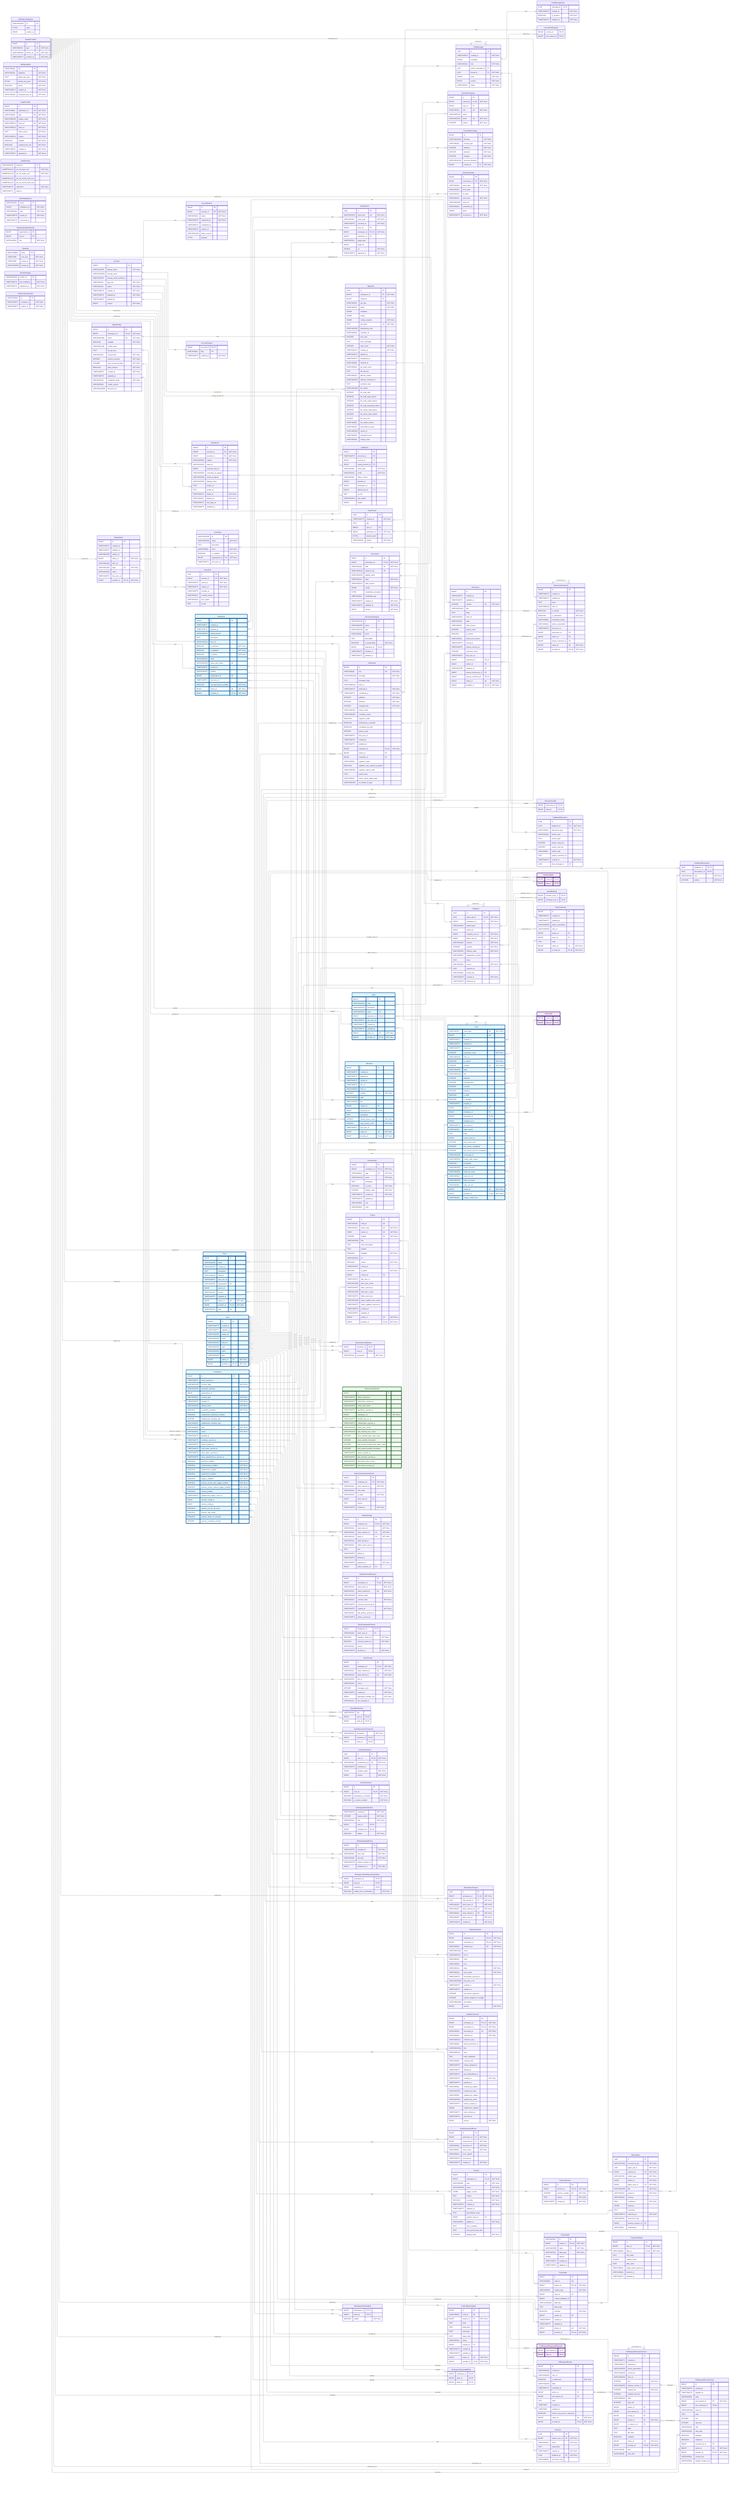
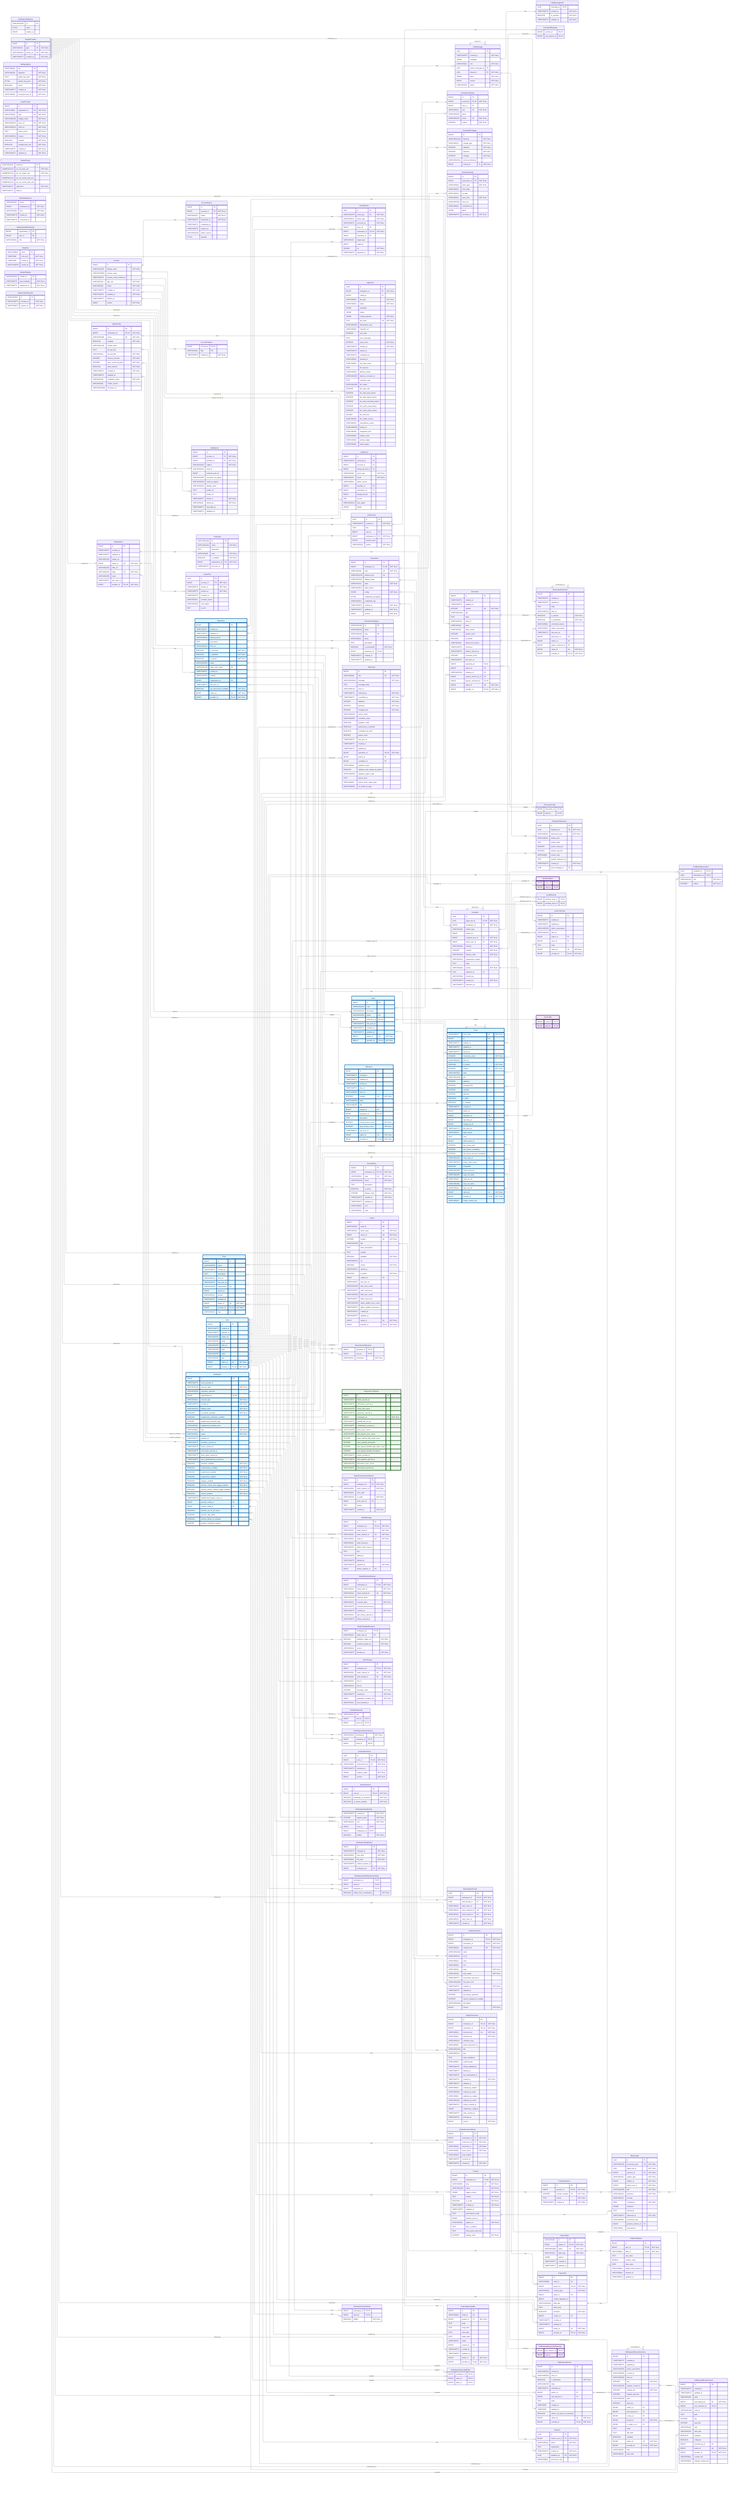
---
config:
    layout: elk
---
erDiagram
    %% Generated automatically from PostgreSQL database schema
    %% using scripts/generate-mermaid-erd.ts
    %% To regenerate: pnpm run db:generate-erd-docs

    direction LR

    Account {
        BIGINT id PK
        VARCHAR(255) display_name "NOT NULL"
        USER-DEFINED primary_email
        TIMESTAMPTZ primary_email_verified_at
        VARCHAR(16) app_role "NOT NULL"
        VARCHAR(16) status "NOT NULL"
        TIMESTAMPTZ created_at "NOT NULL"
        TIMESTAMPTZ updated_at "NOT NULL"
        TIMESTAMPTZ deleted_at
        BIGINT version "NOT NULL"
    }

    AccountExport {
        BIGINT id PK
        BIGINT account_id FK "NOT NULL"
        VARCHAR(16) status "NOT NULL"
        TIMESTAMPTZ requested_at "NOT NULL"
        TIMESTAMPTZ completed_at
        TIMESTAMPTZ expires_at
        VARCHAR(128) failure_reason
        BYTEA payload
    }

    AccountFeature {
        BIGINT account_id PK,FK
        VARCHAR(64) flag PK
        TIMESTAMPTZ enabled_at "NOT NULL"
    }

    ActivityEvent {
        UUID id PK
        VARCHAR(255) event_key UK "NOT NULL"
        VARCHAR(64) event_type "NOT NULL"
        TIMESTAMPTZ occurred_at "NOT NULL"
        BIGINT actor_id FK
        BIGINT workspace_id FK,UK "NOT NULL"
        BIGINT repository_id FK
        VARCHAR(32) target_type
        BIGINT target_id
        DOUBLE xp "NOT NULL"
        TIMESTAMPTZ ingested_at "NOT NULL"
    }

    AgentConfig {
        BIGINT id PK
        BIGINT workspace_id FK,UK "NOT NULL"
        VARCHAR(100) name UK "NOT NULL"
        BOOLEAN enabled "NOT NULL"
        VARCHAR(128) model_name
        TEXT llm_api_key
        VARCHAR(32) llm_provider "NOT NULL"
        INTEGER timeout_seconds "NOT NULL"
        INTEGER max_concurrent_jobs "NOT NULL"
        BOOLEAN allow_internet "NOT NULL"
        TIMESTAMPTZ created_at "NOT NULL"
        TIMESTAMPTZ updated_at
        VARCHAR(16) credential_mode "NOT NULL"
        VARCHAR(50) model_version
        VARCHAR(2048) llm_base_url
    }

    AgentJob {
        UUID id PK
        BIGINT workspace_id FK "NOT NULL"
        BIGINT config_id FK
        VARCHAR(50) job_type "NOT NULL"
        VARCHAR(20) status "NOT NULL"
        JSONB metadata
        JSONB output
        JSONB config_snapshot "NOT NULL"
        TEXT job_token UK "NOT NULL"
        VARCHAR(255) idempotency_key
        VARCHAR(64) container_id
        INTEGER exit_code
        TEXT error_message
        INTEGER retry_count "NOT NULL"
        TIMESTAMPTZ created_at "NOT NULL"
        TIMESTAMPTZ started_at
        TIMESTAMPTZ completed_at
        VARCHAR(64) network_id
        VARCHAR(64) job_token_hash
        TEXT llm_api_key
        VARCHAR(20) delivery_status
        VARCHAR(255) delivery_comment_id
        TEXT container_logs
        VARCHAR(100) llm_model
        INTEGER llm_total_calls
        INTEGER llm_total_input_tokens
        INTEGER llm_total_output_tokens
        INTEGER llm_total_reasoning_tokens
        INTEGER llm_cache_read_tokens
        INTEGER llm_cache_write_tokens
        DOUBLE llm_cost_usd
        VARCHAR(50) llm_model_version
        VARCHAR(32) cancellation_reason
        VARCHAR(255) worker_id
        VARCHAR(48) integration_kind
        VARCHAR(48) subject_class
+         VARCHAR(64) prompt_digest
+         VARCHAR(64) inputs_digest
    }

    AuthEvent {
        BIGINT id PK
        TIMESTAMPTZ occurred_at PK
        BIGINT account_id FK
        BIGINT acting_account_id FK
        VARCHAR(48) event_type "NOT NULL"
        VARCHAR(16) result "NOT NULL"
        VARCHAR(64) failure_reason
        BIGINT provider_id FK
        BIGINT workspace_id FK
        BIGINT identity_link_id FK
        INET ip_inet
        VARCHAR(512) user_agent
        JSONB details
    }

    AuthRateLimitBucket {
        VARCHAR(255) id PK
        BYTEA state
        BIGINT expires_at
    }

    ChatMessage {
        UUID id PK
        TIMESTAMPTZ created_at "NOT NULL"
        JSONB metadata
        VARCHAR(16) role "NOT NULL"
        UUID parent_message_id FK
        UUID thread_id FK "NOT NULL"
        JSONB parts "NOT NULL"
        BIGINT version "NOT NULL"
        VARCHAR(16) status "NOT NULL"
    }

    ChatMessageVote {
        UUID message_id PK,FK
        TIMESTAMPTZ created_at "NOT NULL"
        BOOLEAN is_upvoted "NOT NULL"
        TIMESTAMPTZ updated_at "NOT NULL"
    }

    ChatThread {
        UUID id PK
        TIMESTAMPTZ created_at "NOT NULL"
        TEXT title
        BIGINT user_id FK
        BIGINT workspace_id FK "NOT NULL"
        BYTEA session_jsonl
        VARCHAR(16) surface "NOT NULL"
    }

    CommitContributor {
        BIGINT id PK
        BIGINT commit_id FK,UK "NOT NULL"
        BIGINT user_id FK
        VARCHAR(32) role UK "NOT NULL"
        VARCHAR(255) name
        VARCHAR(255) email UK "NOT NULL"
        INTEGER ordinal "NOT NULL"
    }

    CommitFileChange {
        BIGINT id PK
        VARCHAR(1024) filename "NOT NULL"
        VARCHAR(32) change_type "NOT NULL"
        INTEGER additions "NOT NULL"
        INTEGER deletions "NOT NULL"
        INTEGER changes "NOT NULL"
        VARCHAR(1024) previous_filename
        BIGINT commit_id FK "NOT NULL"
    }

    CommitPullRequest {
        BIGINT commit_id PK,FK
        BIGINT pull_request_id PK,FK
    }

    Connection {
        BIGINT id PK
        BIGINT workspace_id FK,UK "NOT NULL"
        VARCHAR(48) kind UK "NOT NULL"
        VARCHAR(128) instance_key UK
        VARCHAR(256) display_name
        VARCHAR(32) state "NOT NULL"
        VARCHAR(512) state_reason
        JSONB config "NOT NULL"
        BYTEA credentials_encrypted
        VARCHAR(64) credentials_alg
        TIMESTAMPTZ created_at "NOT NULL"
        TIMESTAMPTZ updated_at "NOT NULL"
        BIGINT version "NOT NULL"
    }

    ConnectionAudit {
        BIGINT id PK
        BIGINT connection_id FK "NOT NULL"
        VARCHAR(48) event_type "NOT NULL"
        VARCHAR(32) from_state
        VARCHAR(32) to_state
        VARCHAR(32) actor_kind "NOT NULL"
        VARCHAR(256) actor_ref
        VARCHAR(64) correlation_id
        JSONB detail
        TIMESTAMPTZ occurred_at "NOT NULL"
    }

    Discussion {
        BIGINT id PK
        TIMESTAMPTZ created_at
        TIMESTAMPTZ updated_at
        INTEGER number UK "NOT NULL"
        VARCHAR(1024) title
        TEXT body
        VARCHAR(512) html_url
        VARCHAR(16) state
        VARCHAR(32) state_reason
        INTEGER upvote_count
        BOOLEAN is_locked
        VARCHAR(32) active_lock_reason
        TIMESTAMPTZ closed_at
        TIMESTAMPTZ answer_chosen_at
        INTEGER comment_count
        TIMESTAMPTZ last_sync_at
        BIGINT repository_id FK,UK
        BIGINT author_id FK
        VARCHAR(128) category_id FK
        BIGINT answer_chosen_by_id FK
        BIGINT answer_comment_id FK,UK
        BIGINT native_id UK "NOT NULL"
        BIGINT provider_id FK,UK "NOT NULL"
    }

    DiscussionCategory {
        VARCHAR(128) id PK
        VARCHAR(255) name
        VARCHAR(128) slug UK
        VARCHAR(32) emoji
        TEXT description
        BOOLEAN is_answerable "NOT NULL"
        BIGINT repository_id FK,UK
        TIMESTAMPTZ created_at
        TIMESTAMPTZ updated_at
    }

    DiscussionComment {
        BIGINT id PK
        TIMESTAMPTZ created_at
        TIMESTAMPTZ updated_at
        TEXT body
        VARCHAR(512) html_url
        BOOLEAN is_answer "NOT NULL"
        BOOLEAN is_minimized "NOT NULL"
        VARCHAR(64) minimized_reason
        VARCHAR(32) author_association
        TIMESTAMPTZ last_sync_at
        BIGINT discussion_id FK
        BIGINT author_id FK
        BIGINT parent_comment_id FK
        BIGINT native_id UK "NOT NULL"
        BIGINT provider_id FK,UK "NOT NULL"
    }

    DiscussionLabel {
        BIGINT discussion_id PK,FK
        BIGINT label_id PK,FK
    }

    Feedback {
        UUID id PK
        UUID agent_job_id FK,UK "NOT NULL"
        BIGINT workspace_id FK "NOT NULL"
        VARCHAR(32) artifact_type
        BIGINT artifact_id
        BIGINT recipient_user_id FK "NOT NULL"
        BIGINT about_user_id FK "NOT NULL"
        VARCHAR(32) channel "NOT NULL"
        INTEGER position UK "NOT NULL"
        VARCHAR(16) delivery_state "NOT NULL"
        VARCHAR(32) suppression_reason
        TEXT body
        VARCHAR(16) source "NOT NULL"
        UUID replaces_id FK
        VARCHAR(64) thread_key
        TIMESTAMPTZ created_at "NOT NULL"
        TIMESTAMPTZ delivered_at
    }

    FeedbackObservation {
        UUID feedback_id PK,FK
        UUID observation_id PK,FK
        VARCHAR(16) role "NOT NULL"
        INTEGER ordinal "NOT NULL"
    }

    FeedbackPlacement {
        UUID id PK
        UUID feedback_id FK "NOT NULL"
        VARCHAR(32) placement_type "NOT NULL"
        VARCHAR(16) anchor_kind
        TEXT anchor_path
        INTEGER anchor_start_line
        INTEGER anchor_end_line
        VARCHAR(8) anchor_side
        TEXT posted_comment_ref
        TIMESTAMPTZ created_at "NOT NULL"
        UUID chat_message_id FK
    }

    GitCommit {
        BIGINT id PK
        VARCHAR(40) sha UK "NOT NULL"
        VARCHAR(1024) message "NOT NULL"
        TEXT message_body
        VARCHAR(512) html_url
        TIMESTAMPTZ authored_at "NOT NULL"
        TIMESTAMPTZ committed_at "NOT NULL"
        INTEGER additions "NOT NULL"
        INTEGER deletions "NOT NULL"
        INTEGER changed_files "NOT NULL"
        VARCHAR(255) author_email
        VARCHAR(255) committer_email
        BOOLEAN signature_valid
        BOOLEAN authored_by_committer
        BOOLEAN committed_via_web
        INTEGER parent_count
        TIMESTAMPTZ last_sync_at
        TIMESTAMPTZ created_at
        TIMESTAMPTZ updated_at
        BIGINT repository_id FK,UK "NOT NULL"
        BIGINT author_id FK
        BIGINT committer_id FK
        VARCHAR(32) signature_state
        BOOLEAN signature_was_signed_by_github
        VARCHAR(255) signature_signer_login
        TEXT parent_shas
        VARCHAR(32) status_check_rollup_state
        VARCHAR(255) on_behalf_of_login
    }

    IdentityLink {
        BIGINT id PK
        BIGINT account_id FK "NOT NULL"
        BIGINT provider_id FK "NOT NULL"
        VARCHAR(255) subject "NOT NULL"
        VARCHAR(255) team_id
        BIGINT external_actor_id
        VARCHAR(255) username_at_signup
        VARCHAR(320) email_at_signup
        VARCHAR(255) display_name
        TEXT avatar_url
        TEXT profile_url
        TIMESTAMPTZ linked_at "NOT NULL"
        VARCHAR(16) linked_via "NOT NULL"
        TIMESTAMPTZ last_login_at
        TIMESTAMPTZ disabled_at
    }

    IdentityProvider {
        BIGINT id PK
        VARCHAR(10) type UK "NOT NULL"
        VARCHAR(512) server_url UK "NOT NULL"
        TIMESTAMPTZ created_at "NOT NULL"
    }

    Issue {
        VARCHAR(31) issue_type UK "NOT NULL"
        BIGINT id PK
        TIMESTAMPTZ created_at
        TIMESTAMPTZ updated_at
        TIMESTAMPTZ closed_at
        INTEGER comments_count "NOT NULL"
        VARCHAR(255) html_url
        BOOLEAN is_locked "NOT NULL"
        INTEGER number UK "NOT NULL"
        VARCHAR(255) state
        VARCHAR(1024) title
        INTEGER additions
        INTEGER changed_files
        INTEGER commits
        INTEGER deletions
        BOOLEAN is_draft
        BOOLEAN is_merged
        TIMESTAMPTZ merged_at
        BIGINT author_id FK
        BIGINT milestone_id FK
        BIGINT repository_id FK,UK
        BIGINT merged_by_id FK
        TIMESTAMPTZ last_sync_at
        VARCHAR(32) state_reason
        TEXT body
        BIGINT parent_issue_id FK
        INTEGER sub_issues_total
        INTEGER sub_issues_completed
        INTEGER sub_issues_percent_completed
        VARCHAR(128) issue_type_id FK
        VARCHAR(255) merge_state_status
        BOOLEAN mergeable
        VARCHAR(255) review_decision
        VARCHAR(255) head_ref_name
        VARCHAR(40) head_ref_oid
        VARCHAR(255) base_ref_name
        VARCHAR(40) base_ref_oid
        BIGINT native_id UK "NOT NULL"
        BIGINT provider_id FK,UK "NOT NULL"
        VARCHAR(40) merge_commit_sha
    }

    IssueAssignee {
        BIGINT issue_id PK,FK
        BIGINT user_id PK,FK
    }

    IssueBlocking {
        BIGINT blocked_issue_id PK,FK
        BIGINT blocking_issue_id PK,FK
    }

    IssueComment {
        BIGINT id PK
        TIMESTAMPTZ created_at
        TIMESTAMPTZ updated_at
        VARCHAR(255) author_association
        VARCHAR(255) html_url
        BIGINT author_id FK
        BIGINT issue_id FK
        TEXT body
        BIGINT native_id UK "NOT NULL"
        BIGINT provider_id FK,UK "NOT NULL"
    }

    IssueLabel {
        BIGINT issue_id PK,FK
        BIGINT label_id PK,FK
    }

    IssueType {
        VARCHAR(128) id PK
        VARCHAR(128) name "NOT NULL"
        TEXT description
        VARCHAR(20) color "NOT NULL"
        BOOLEAN is_enabled "NOT NULL"
        BIGINT organization_id FK "NOT NULL"
        TIMESTAMPTZ last_sync_at
    }

    IssuedJwt {
        UUID jti PK
        BIGINT account_id FK "NOT NULL"
        TIMESTAMPTZ issued_at "NOT NULL"
        TIMESTAMPTZ expires_at "NOT NULL"
        TIMESTAMPTZ revoked_at
        VARCHAR(32) revoked_reason
        VARCHAR(512) user_agent
        INET ip_inet
    }

    JwtSigningKey {
        VARCHAR(64) kid PK
        VARCHAR(16) algorithm "NOT NULL"
        TEXT public_key_pem "NOT NULL"
        BYTEA private_key_pem "NOT NULL"
        BOOLEAN active "NOT NULL"
        TIMESTAMPTZ created_at "NOT NULL"
        VARCHAR(64) encryption_key_id "NOT NULL"
    }

    Label {
        BIGINT id PK
        VARCHAR(255) color
        VARCHAR(255) description
        VARCHAR(255) name UK
        BIGINT repository_id FK,UK
        TIMESTAMPTZ last_sync_at
        TIMESTAMPTZ created_at
        TIMESTAMPTZ updated_at
        BIGINT native_id UK "NOT NULL"
        BIGINT provider_id FK,UK "NOT NULL"
    }

    LoginProvider {
        BIGINT id PK
        VARCHAR(64) registration_id UK "NOT NULL"
        VARCHAR(10) type UK "NOT NULL"
        VARCHAR(255) display_name "NOT NULL"
        VARCHAR(512) base_url UK "NOT NULL"
        VARCHAR(512) client_id "NOT NULL"
        TEXT client_secret "NOT NULL"
        VARCHAR(512) scopes "NOT NULL"
        BOOLEAN enabled "NOT NULL"
        BOOLEAN seeded_from_env "NOT NULL"
        TIMESTAMPTZ created_at "NOT NULL"
        TIMESTAMPTZ updated_at "NOT NULL"
    }

    MentorSlackThread {
        UUID id PK
        BIGINT workspace_id FK,UK "NOT NULL"
        UUID chat_thread_id FK "NOT NULL"
        VARCHAR(32) slack_team_id "NOT NULL"
        VARCHAR(32) slack_channel_id UK "NOT NULL"
        VARCHAR(32) slack_thread_ts UK "NOT NULL"
        VARCHAR(32) slack_user_id "NOT NULL"
        TIMESTAMPTZ created_at "NOT NULL"
    }

    Milestone {
        BIGINT id PK
        TIMESTAMPTZ created_at
        TIMESTAMPTZ updated_at
        TIMESTAMPTZ closed_at
        TIMESTAMPTZ due_on
        VARCHAR(255) html_url
        INTEGER number UK "NOT NULL"
        VARCHAR(255) state
        VARCHAR(255) title
        BIGINT creator_id FK
        BIGINT repository_id FK,UK
        TEXT description
        INTEGER closed_issues_count "NOT NULL"
        INTEGER open_issues_count "NOT NULL"
        TIMESTAMPTZ last_sync_at
        BIGINT native_id UK "NOT NULL"
        BIGINT provider_id FK,UK "NOT NULL"
    }

    ModelPricing {
        VARCHAR(128) model_id PK
        NUMERIC(12,6) per_1k_input_usd "NOT NULL"
        NUMERIC(12,6) per_1k_output_usd "NOT NULL"
        NUMERIC(12,6) per_1k_cache_read_usd
        NUMERIC(12,6) per_1k_cache_write_usd
        TIMESTAMPTZ valid_from "NOT NULL"
        TIMESTAMPTZ valid_to
    }

    OauthStateNonce {
        VARCHAR(32) nonce PK
        BIGINT workspace_id "NOT NULL"
        VARCHAR(48) kind "NOT NULL"
        TIMESTAMPTZ issued_at "NOT NULL"
        TIMESTAMPTZ consumed_at
    }

    Observation {
        UUID id PK
        VARCHAR(255) occurrence_key UK "NOT NULL"
        UUID agent_job_id "NOT NULL"
        BIGINT practice_id FK "NOT NULL"
        VARCHAR(32) artifact_type "NOT NULL"
        BIGINT artifact_id "NOT NULL"
        BIGINT about_user_id FK "NOT NULL"
        VARCHAR(255) title "NOT NULL"
        VARCHAR(16) presence "NOT NULL"
        VARCHAR(16) severity
        REAL confidence "NOT NULL"
        JSONB evidence
        TEXT reasoning
        TIMESTAMPTZ observed_at "NOT NULL"
        VARCHAR(64) recurrence_key
        BIGINT practice_revision_id FK
        VARCHAR(8) assessment
    }

    Organization {
        BIGINT id PK
        TIMESTAMPTZ created_at
        TIMESTAMPTZ updated_at
        VARCHAR(255) avatar_url
        BIGINT native_id UK "NOT NULL"
        VARCHAR(255) html_url
        VARCHAR(255) login UK "NOT NULL"
        VARCHAR(255) name
        TIMESTAMPTZ last_sync_at
        BIGINT provider_id FK,UK "NOT NULL"
    }

    OrganizationMembership {
        BIGINT organization_id PK
        BIGINT user_id PK
        VARCHAR(32) role "NOT NULL"
    }

    OutlineCollection {
        BIGINT id PK
        BIGINT workspace_id FK,UK "NOT NULL"
        BIGINT connection_id FK,UK "NOT NULL"
        VARCHAR(64) collection_id UK "NOT NULL"
        VARCHAR(1024) name
        VARCHAR(512) url_id
        VARCHAR(32) color
        VARCHAR(64) icon
        VARCHAR(16) state "NOT NULL"
        VARCHAR(16) sync_status "NOT NULL"
        TIMESTAMPTZ documents_synced_at
        VARCHAR(2048) last_sync_error
        TIMESTAMPTZ created_at "NOT NULL"
        TIMESTAMPTZ updated_at
        INTEGER documents_upstream
        INTEGER exports_skipped_for_budget
        VARCHAR(2048) description
        BIGINT version "NOT NULL"
    }

    OutlineDocument {
        BIGINT id PK
        BIGINT workspace_id FK,UK "NOT NULL"
        BIGINT connection_id FK,UK "NOT NULL"
        VARCHAR(64) document_id UK "NOT NULL"
        VARCHAR(64) collection_id "NOT NULL"
        VARCHAR(512) collection_slug
        VARCHAR(64) parent_document_id
        VARCHAR(1024) title
        VARCHAR(512) slug
        TEXT body_markdown
        VARCHAR(64) content_hash
        TIMESTAMPTZ outline_updated_at
        TIMESTAMPTZ deleted_at
        TIMESTAMPTZ last_materialized_at
        TIMESTAMPTZ created_at "NOT NULL"
        TIMESTAMPTZ updated_at
        VARCHAR(64) created_by_subject
        VARCHAR(255) created_by_name
        VARCHAR(64) updated_by_subject
        VARCHAR(255) updated_by_name
        TIMESTAMPTZ outline_created_at
        JSONB collaborator_subjects
        TIMESTAMPTZ body_evicted_at
        TIMESTAMPTZ archived_at
        BIGINT version "NOT NULL"
    }

    OutlineDocumentEvent {
        BIGINT id PK
        BIGINT workspace_id FK "NOT NULL"
        BIGINT connection_id FK "NOT NULL"
        VARCHAR(64) document_id "NOT NULL"
        VARCHAR(64) event_name "NOT NULL"
        VARCHAR(64) actor_subject
        TIMESTAMPTZ occurred_at
        TIMESTAMPTZ created_at "NOT NULL"
    }

    Practice {
        BIGINT id PK
        BIGINT workspace_id FK,UK "NOT NULL"
        VARCHAR(64) slug UK "NOT NULL"
        VARCHAR(128) name "NOT NULL"
        JSONB trigger_events "NOT NULL"
        TEXT criteria "NOT NULL"
        BOOLEAN is_active "NOT NULL"
        TIMESTAMPTZ created_at "NOT NULL"
        TIMESTAMPTZ updated_at
        TEXT precompute_script
        BIGINT practice_area_id FK
        VARCHAR(32) applies_to "NOT NULL"
        TEXT why_it_matters
        TEXT what_good_looks_like
        INTEGER display_order "NOT NULL"
    }

    PracticeArea {
        BIGINT id PK
        BIGINT workspace_id FK,UK "NOT NULL"
        VARCHAR(64) slug UK "NOT NULL"
        VARCHAR(128) name "NOT NULL"
        TEXT description
        BOOLEAN is_active "NOT NULL"
        INTEGER display_order "NOT NULL"
        TIMESTAMPTZ created_at "NOT NULL"
        TIMESTAMPTZ updated_at
        VARCHAR(64) icon
        VARCHAR(32) color
    }

    PracticeRevision {
        BIGINT id PK
        BIGINT practice_id FK,UK "NOT NULL"
        INTEGER revision_number UK "NOT NULL"
        TEXT criteria "NOT NULL"
        TIMESTAMPTZ created_at "NOT NULL"
    }

    Project {
        BIGINT id PK
        VARCHAR(64) node_id UK
        VARCHAR(32) owner_type UK "NOT NULL"
        BIGINT owner_id UK "NOT NULL"
        INTEGER number UK "NOT NULL"
        VARCHAR(256) title
        TEXT short_description
        TEXT readme
        BOOLEAN template "NOT NULL"
        VARCHAR(512) url
        BOOLEAN closed "NOT NULL"
        TIMESTAMPTZ closed_at
        BOOLEAN is_public "NOT NULL"
        BIGINT creator_id FK
        TIMESTAMPTZ last_sync_at
        VARCHAR(256) item_sync_cursor
        TIMESTAMPTZ items_synced_at
        VARCHAR(256) field_sync_cursor
        TIMESTAMPTZ fields_synced_at
        VARCHAR(256) status_update_sync_cursor
        TIMESTAMPTZ status_updates_synced_at
        TIMESTAMPTZ created_at
        TIMESTAMPTZ updated_at
        BIGINT native_id UK "NOT NULL"
        BIGINT provider_id FK,UK "NOT NULL"
    }

    ProjectField {
        VARCHAR(64) id PK
        BIGINT project_id FK,UK "NOT NULL"
        VARCHAR(256) name UK "NOT NULL"
        VARCHAR(32) data_type "NOT NULL"
        JSONB options
        TIMESTAMPTZ created_at
        TIMESTAMPTZ updated_at
    }

    ProjectFieldValue {
        BIGINT id PK
        BIGINT item_id FK,UK "NOT NULL"
        VARCHAR(64) field_id FK,UK "NOT NULL"
        TEXT text_value
        DOUBLE number_value
        DATE date_value
        VARCHAR(64) single_select_option_id
        VARCHAR(64) iteration_id
        TIMESTAMPTZ updated_at
    }

    ProjectItem {
        BIGINT id PK
        VARCHAR(64) node_id UK
        BIGINT project_id FK,UK "NOT NULL"
        VARCHAR(32) content_type "NOT NULL"
        BIGINT issue_id FK
        BIGINT content_database_id
        VARCHAR(1024) draft_title
        TEXT draft_body
        BOOLEAN archived "NOT NULL"
        BIGINT creator_id FK
        TIMESTAMPTZ created_at
        TIMESTAMPTZ updated_at
        BIGINT native_id UK "NOT NULL"
        BIGINT provider_id FK,UK "NOT NULL"
    }

    ProjectStatusUpdate {
        BIGINT id PK
        VARCHAR(64) node_id UK
        BIGINT project_id FK "NOT NULL"
        TEXT body
        TEXT body_html
        DATE start_date
        DATE target_date
        VARCHAR(32) status
        BIGINT creator_id FK
        TIMESTAMPTZ created_at
        TIMESTAMPTZ updated_at
        BIGINT native_id UK "NOT NULL"
        BIGINT provider_id FK,UK "NOT NULL"
    }

    PullRequestRequestedReviewer {
        BIGINT pull_request_id PK,FK
        BIGINT user_id PK,FK
    }

    PullRequestReview {
        BIGINT id PK
        VARCHAR(255) commit_id
        VARCHAR(255) html_url
        BOOLEAN is_dismissed "NOT NULL"
        VARCHAR(255) state
        TIMESTAMPTZ submitted_at
        BIGINT author_id FK
        BIGINT pull_request_id FK
        TEXT body
        TIMESTAMP created_at
        TIMESTAMP updated_at
        BOOLEAN author_can_push_to_repository
        BIGINT native_id UK "NOT NULL"
        BIGINT provider_id FK,UK "NOT NULL"
    }

    PullRequestReviewComment {
        BIGINT id PK
        TIMESTAMPTZ created_at
        TIMESTAMPTZ updated_at
        VARCHAR(255) author_association
        VARCHAR(255) commit_id
        VARCHAR(255) html_url
        INTEGER line "NOT NULL"
        VARCHAR(255) original_commit_id
        INTEGER original_line "NOT NULL"
        INTEGER original_start_line
        VARCHAR(255) path
        INTEGER start_line
        BIGINT author_id FK
        BIGINT pull_request_id FK
        BIGINT review_id FK
        BIGINT thread_id FK "NOT NULL"
        BIGINT in_reply_to_id FK
        TEXT body
        TEXT diff_hunk
        BOOLEAN outdated
        BIGINT native_id UK "NOT NULL"
        BIGINT provider_id FK,UK "NOT NULL"
        VARCHAR(16) side
        VARCHAR(16) start_side
    }

    PullRequestReviewThread {
        BIGINT id PK
        TIMESTAMPTZ created_at
        TIMESTAMPTZ updated_at
        VARCHAR(20) state
        BIGINT pull_request_id FK "NOT NULL"
        BIGINT root_comment_id FK,UK
        VARCHAR(128) node_id
        TEXT path
        INTEGER line
        INTEGER start_line
        VARCHAR(16) side
        VARCHAR(16) start_side
        BOOLEAN outdated
        BOOLEAN collapsed
        BIGINT resolved_by_id FK
        BIGINT native_id UK "NOT NULL"
        BIGINT provider_id FK,UK "NOT NULL"
        VARCHAR(64) commit_sha
        VARCHAR(64) original_commit_sha
    }

    Reaction {
        UUID id PK
        BIGINT reactor_user_id FK "NOT NULL"
        VARCHAR(16) action "NOT NULL"
        TEXT explanation
        TIMESTAMPTZ created_at "NOT NULL"
        UUID feedback_id FK "NOT NULL"
        VARCHAR(64) recurrence_key
    }

    Repository {
        BIGINT id PK
        TIMESTAMPTZ created_at
        TIMESTAMPTZ updated_at
        VARCHAR(255) default_branch
        TEXT description
        VARCHAR(512) html_url
        BOOLEAN is_archived "NOT NULL"
        BOOLEAN is_disabled "NOT NULL"
        BOOLEAN is_private "NOT NULL"
        VARCHAR(255) name
        VARCHAR(150) name_with_owner UK
        TIMESTAMPTZ pushed_at
        VARCHAR(255) visibility
        BIGINT organization_id FK
        TIMESTAMPTZ last_sync_at
        BOOLEAN has_discussions_enabled "NOT NULL"
        BIGINT native_id UK "NOT NULL"
        BIGINT provider_id FK,UK "NOT NULL"
    }

    RepositoryCollaborator {
        BIGINT repository_id PK,FK
        BIGINT user_id PK,FK
        VARCHAR(32) permission "NOT NULL"
    }

    RepositoryToMonitor {
        BIGINT id PK
        TIMESTAMPTZ labels_synced_at
        TIMESTAMPTZ milestones_synced_at
        VARCHAR(255) name_with_owner
        TIMESTAMPTZ repository_synced_at
        BIGINT workspace_id FK "NOT NULL"
        TIMESTAMPTZ backfill_last_run_at
        TIMESTAMPTZ collaborators_synced_at
        VARCHAR(255) issue_sync_cursor
        VARCHAR(255) pull_request_sync_cursor
        INTEGER issue_backfill_high_water_mark
        INTEGER issue_backfill_checkpoint
        INTEGER pull_request_backfill_high_water_mark
        INTEGER pull_request_backfill_checkpoint
        TIMESTAMPTZ issues_synced_at
        TIMESTAMPTZ pull_requests_synced_at
        VARCHAR(255) discussion_sync_cursor
        TIMESTAMPTZ discussions_synced_at
    }

    Shedlock {
        VARCHAR(64) name PK
        TIMESTAMP lock_until "NOT NULL"
        TIMESTAMP locked_at "NOT NULL"
        VARCHAR(255) locked_by "NOT NULL"
    }

    SlackChannelConsentEvent {
        BIGINT id PK
        BIGINT workspace_id FK "NOT NULL"
        VARCHAR(32) slack_channel_id "NOT NULL"
        VARCHAR(16) from_state
        VARCHAR(16) to_state "NOT NULL"
        BIGINT actor_user_id FK
        TEXT reason
        TIMESTAMPTZ created_at "NOT NULL"
    }

    SlackMessage {
        BIGINT id PK
        BIGINT workspace_id FK,UK "NOT NULL"
        VARCHAR(32) slack_team_id "NOT NULL"
        VARCHAR(32) slack_channel_id UK "NOT NULL"
        VARCHAR(32) slack_ts UK "NOT NULL"
        VARCHAR(32) slack_thread_ts
        VARCHAR(32) author_slack_user_id
        TEXT text
        TIMESTAMPTZ edited_at
        TIMESTAMPTZ deleted_at
        TIMESTAMPTZ ingested_at "NOT NULL"
        BIGINT author_member_id FK
    }

    SlackMonitoredChannel {
        BIGINT id PK
        BIGINT workspace_id FK,UK "NOT NULL"
        VARCHAR(32) slack_team_id "NOT NULL"
        VARCHAR(32) slack_channel_id UK "NOT NULL"
        VARCHAR(256) channel_name
        VARCHAR(16) consent_state "NOT NULL"
        TIMESTAMPTZ consent_announced_at
        TIMESTAMPTZ created_at "NOT NULL"
        VARCHAR(32) last_history_synced_ts
        TIMESTAMPTZ history_synced_at
    }

    SlackParticipantConsent {
        BIGINT workspace_id PK,FK
        VARCHAR(32) slack_user_id PK
        BOOLEAN ingestion_opted_out "NOT NULL"
        BOOLEAN research_opted_out "NOT NULL"
        VARCHAR(32) source
        TIMESTAMPTZ decided_at "NOT NULL"
    }

    SlackThread {
        BIGINT id PK
        BIGINT workspace_id FK,UK "NOT NULL"
        VARCHAR(32) slack_channel_id UK "NOT NULL"
        VARCHAR(32) slack_thread_ts UK "NOT NULL"
        VARCHAR(32) first_ts
        VARCHAR(32) last_ts
        INTEGER message_count "NOT NULL"
        TIMESTAMPTZ created_at "NOT NULL"
        ARRAY participant_member_ids "NOT NULL"
        VARCHAR(32) last_reviewed_ts
    }

    Team {
        BIGINT id PK
        VARCHAR(255) name
        TIMESTAMPTZ created_at
        TEXT description
        VARCHAR(512) html_url
        TIMESTAMPTZ last_sync_at
        VARCHAR(255) organization UK
        BIGINT parent_id
        VARCHAR(32) privacy
        TIMESTAMPTZ updated_at
        BIGINT native_id UK "NOT NULL"
        BIGINT provider_id FK,UK "NOT NULL"
        VARCHAR(512) slug UK
    }

    TeamMembership {
        VARCHAR(32) role
        BIGINT user_id PK,FK
        BIGINT team_id PK,FK
    }

    TeamRepositoryPermission {
        VARCHAR(32) permission "NOT NULL"
        BIGINT repository_id PK,FK
        BIGINT team_id PK,FK
    }

    User {
        BIGINT id PK
        TIMESTAMPTZ created_at
        TIMESTAMPTZ updated_at
        VARCHAR(255) avatar_url
        VARCHAR(255) email
        VARCHAR(255) html_url
        VARCHAR(255) login
        VARCHAR(255) name
        VARCHAR(255) type
        BIGINT native_id UK "NOT NULL"
        BIGINT provider_id FK,UK "NOT NULL"
    }

    UserAchievement {
        UUID id PK
        BIGINT user_id FK,UK "NOT NULL"
        VARCHAR(64) achievement_id UK "NOT NULL"
        TIMESTAMPTZ unlocked_at
        JSONB progress_data "NOT NULL"
        BIGINT version "NOT NULL"
    }

    UserPreference {
        BIGINT id PK
        BIGINT user_id FK,UK "NOT NULL"
        BOOLEAN participate_in_research "NOT NULL"
        BOOLEAN ai_review_enabled "NOT NULL"
    }

    WorkerRegistry {
        VARCHAR(255) worker_id PK
        TIMESTAMPTZ last_heartbeat "NOT NULL"
        TIMESTAMPTZ registered_at "NOT NULL"
    }

    WorkerTokenDenylist {
        VARCHAR(64) jti PK
        TIMESTAMPTZ revoked_at "NOT NULL"
        TIMESTAMPTZ expires_at "NOT NULL"
    }

    Workspace {
        BIGINT id PK
        TIMESTAMPTZ users_synced_at
        VARCHAR(120) account_login "NOT NULL"
        VARCHAR(255) repository_selection
        BIGINT organization_id FK,UK
        VARCHAR(10) account_type "NOT NULL"
        TIMESTAMPTZ created_at "NOT NULL"
        VARCHAR(120) display_name "NOT NULL"
        BOOLEAN is_publicly_viewable "NOT NULL"
        BOOLEAN leaderboard_notification_enabled
        INTEGER leaderboard_schedule_day
        VARCHAR(10) leaderboard_schedule_time
        VARCHAR(64) slug UK "NOT NULL"
        VARCHAR(20) status "NOT NULL"
        TIMESTAMPTZ updated_at
        TIMESTAMPTZ members_synced_at
        TIMESTAMPTZ teams_synced_at
        TIMESTAMPTZ sub_issues_synced_at
        TIMESTAMPTZ issue_types_synced_at
        TIMESTAMPTZ issue_dependencies_synced_at
        BOOLEAN practices_enabled "NOT NULL"
        BOOLEAN achievements_enabled "NOT NULL"
        BOOLEAN leaderboard_enabled "NOT NULL"
        BOOLEAN progression_enabled "NOT NULL"
        BOOLEAN leagues_enabled "NOT NULL"
        BOOLEAN practice_review_auto_trigger_enabled "NOT NULL"
        BOOLEAN practice_review_manual_trigger_enabled "NOT NULL"
        BOOLEAN mentor_enabled "NOT NULL"
        TIMESTAMPTZ leaderboard_league_cycle_at
        BIGINT practice_config_id FK
        BIGINT mentor_config_id FK
        BOOLEAN practice_run_for_all_users
        BOOLEAN practice_skip_drafts
        BOOLEAN practice_deliver_to_merged
        INTEGER practice_cooldown_minutes
    }

    WorkspaceMembership {
        TIMESTAMPTZ created_at "NOT NULL"
        INTEGER league_points "NOT NULL"
        VARCHAR(16) role "NOT NULL"
        BIGINT user_id PK,FK
        BIGINT workspace_id PK,FK
        BOOLEAN hidden "NOT NULL"
    }

    WorkspaceSlugHistory {
        BIGINT id PK
        TIMESTAMPTZ changed_at "NOT NULL"
        VARCHAR(64) new_slug "NOT NULL"
        VARCHAR(64) old_slug "NOT NULL"
        TIMESTAMPTZ redirect_expires_at
        BIGINT workspace_id FK "NOT NULL"
    }

    WorkspaceTeamLabelFilter {
        BIGINT workspace_id PK,FK
        BIGINT team_id PK,FK
        BIGINT label_id PK,FK
    }

    WorkspaceTeamRepositorySetting {
        BIGINT workspace_id PK,FK
        BIGINT team_id PK,FK
        BIGINT repository_id PK,FK
        BOOLEAN hidden_from_contributions "NOT NULL"
    }

    WorkspaceTeamSetting {
        BIGINT workspace_id PK,FK
        BIGINT team_id PK,FK
        BOOLEAN hidden "NOT NULL"
    }

    %% Relationships
    %% One-to-One relationships
    Account ||--|| AccountFeature : has
    Workspace ||--|| ActivityEvent : has
    Workspace ||--|| AgentConfig : has
    ChatMessage ||--|| ChatMessageVote : has
    GitCommit ||--|| CommitContributor : has
    Workspace ||--|| Connection : has
    Repository ||--|| Discussion : has
    DiscussionComment ||--|| Discussion : references
    IdentityProvider ||--|| Discussion : references
    Repository ||--|| DiscussionCategory : has
    IdentityProvider ||--|| DiscussionComment : commented_on
    AgentJob ||--|| Feedback : has
    Repository ||--|| GitCommit : has
    Repository ||--|| Issue : has
    IdentityProvider ||--|| Issue : references
    IdentityProvider ||--|| IssueComment : commented_on
    Repository ||--|| Label : labeled
    IdentityProvider ||--|| Label : labeled
    Workspace ||--|| MentorSlackThread : has
    Repository ||--|| Milestone : has
    IdentityProvider ||--|| Milestone : references
    IdentityProvider ||--|| Organization : references
    Workspace ||--|| OutlineCollection : has
    Connection ||--|| OutlineCollection : has
    Workspace ||--|| OutlineDocument : has
    Connection ||--|| OutlineDocument : has
    Workspace ||--|| Practice : has
    Workspace ||--|| PracticeArea : has
    Practice ||--|| PracticeRevision : has
    IdentityProvider ||--|| Project : references
    Project ||--|| ProjectField : has
    ProjectItem ||--|| ProjectFieldValue : has
    ProjectField ||--|| ProjectFieldValue : has
    Project ||--|| ProjectItem : has
    IdentityProvider ||--|| ProjectItem : references
    IdentityProvider ||--|| ProjectStatusUpdate : references
    IdentityProvider ||--|| PullRequestReview : reviewed
    IdentityProvider ||--|| PullRequestReviewComment : commented_on
    PullRequestReviewComment ||--|| PullRequestReviewThread : reviewed
    IdentityProvider ||--|| PullRequestReviewThread : reviewed
    IdentityProvider ||--|| Repository : references
    Workspace ||--|| SlackMessage : has
    Workspace ||--|| SlackMonitoredChannel : has
    Workspace ||--|| SlackParticipantConsent : has
    Workspace ||--|| SlackThread : has
    IdentityProvider ||--|| Team : references
    IdentityProvider ||--|| User : references
    User ||--|| UserAchievement : has
    User ||--|| UserPreference : has
    Organization ||--|| Workspace : has
    User ||--|| WorkspaceMembership : belongs_to
    Workspace ||--|| WorkspaceMembership : belongs_to

    %% One-to-Many relationships
    Account ||--o{ AccountExport : has
    User ||--o{ ActivityEvent : references
    Repository ||--o{ ActivityEvent : has
    Workspace ||--o{ AgentJob : has
    AgentConfig ||--o{ AgentJob : has
    Account ||--o{ AuthEvent : account_id
    Account ||--o{ AuthEvent : acting_account_id
    IdentityProvider ||--o{ AuthEvent : references
    Workspace ||--o{ AuthEvent : has
    IdentityLink ||--o{ AuthEvent : has
    ChatMessage ||--o{ ChatMessage : references
    ChatThread ||--o{ ChatMessage : has
    User ||--o{ ChatThread : has
    Workspace ||--o{ ChatThread : has
    User ||--o{ CommitContributor : has
    GitCommit ||--o{ CommitFileChange : has
    Connection ||--o{ ConnectionAudit : has
    User ||--o{ Discussion : authored_by
    DiscussionCategory ||--o{ Discussion : has
    User ||--o{ Discussion : references
    Discussion ||--o{ DiscussionComment : commented_on
    User ||--o{ DiscussionComment : commented_on
    DiscussionComment ||--o{ DiscussionComment : commented_on
    Workspace ||--o{ Feedback : has
    User ||--o{ Feedback : recipient_user_id
    User ||--o{ Feedback : about_user_id
    Feedback ||--o{ Feedback : references
    Feedback ||--o{ FeedbackPlacement : has
    ChatMessage ||--o{ FeedbackPlacement : has
    User ||--o{ GitCommit : authored_by
    User ||--o{ GitCommit : references
    Account ||--o{ IdentityLink : has
    IdentityProvider ||--o{ IdentityLink : references
    User ||--o{ Issue : authored_by
    Milestone ||--o{ Issue : has
    User ||--o{ Issue : merged_by
    Issue ||--o{ Issue : has
    IssueType ||--o{ Issue : has
    User ||--o{ IssueComment : commented_on
    Issue ||--o{ IssueComment : commented_on
    Organization ||--o{ IssueType : has
    Account ||--o{ IssuedJwt : has
    ChatThread ||--o{ MentorSlackThread : has
    User ||--o{ Milestone : created_by
    Practice ||--o{ Observation : has
    User ||--o{ Observation : has
    PracticeRevision ||--o{ Observation : has
    Workspace ||--o{ OutlineDocumentEvent : has
    Connection ||--o{ OutlineDocumentEvent : has
    PracticeArea ||--o{ Practice : has
    User ||--o{ Project : created_by
    Issue ||--o{ ProjectItem : has
    User ||--o{ ProjectItem : created_by
    Project ||--o{ ProjectStatusUpdate : has
    User ||--o{ ProjectStatusUpdate : created_by
    User ||--o{ PullRequestReview : reviewed
    Issue ||--o{ PullRequestReview : reviewed
    User ||--o{ PullRequestReviewComment : commented_on
    Issue ||--o{ PullRequestReviewComment : commented_on
    PullRequestReview ||--o{ PullRequestReviewComment : commented_on
    PullRequestReviewThread ||--o{ PullRequestReviewComment : commented_on
    PullRequestReviewComment ||--o{ PullRequestReviewComment : commented_on
    Issue ||--o{ PullRequestReviewThread : reviewed
    User ||--o{ PullRequestReviewThread : reviewed
    User ||--o{ Reaction : has
    Feedback ||--o{ Reaction : has
    Organization ||--o{ Repository : has
    Workspace ||--o{ RepositoryToMonitor : monitors
    Workspace ||--o{ SlackChannelConsentEvent : has
    User ||--o{ SlackChannelConsentEvent : has
    User ||--o{ SlackMessage : authored_by
    AgentConfig ||--o{ Workspace : practice_config_id
    AgentConfig ||--o{ Workspace : mentor_config_id
    Workspace ||--o{ WorkspaceSlugHistory : has

    %% Many-to-Many relationships
    GitCommit }o--o{ CommitPullRequest : has
    Issue }o--o{ CommitPullRequest : references
    Discussion }o--o{ DiscussionLabel : labeled
    Label }o--o{ DiscussionLabel : labeled
    Feedback }o--o{ FeedbackObservation : has
    Observation }o--o{ FeedbackObservation : has
    Issue }o--o{ IssueAssignee : assigned_to
    User }o--o{ IssueAssignee : assigned_to
    Issue }o--o{ IssueBlocking : blocked_issue_id
    Issue }o--o{ IssueBlocking : blocking_issue_id
    Issue }o--o{ IssueLabel : labeled
    Label }o--o{ IssueLabel : labeled
    Issue }o--o{ PullRequestRequestedReviewer : reviewed
    User }o--o{ PullRequestRequestedReviewer : reviewed
    Repository }o--o{ RepositoryCollaborator : has
    User }o--o{ RepositoryCollaborator : has
    User }o--o{ TeamMembership : belongs_to
    Team }o--o{ TeamMembership : belongs_to
    Repository }o--o{ TeamRepositoryPermission : has
    Team }o--o{ TeamRepositoryPermission : has
    Workspace }o--o{ WorkspaceTeamLabelFilter : labeled
    Team }o--o{ WorkspaceTeamLabelFilter : labeled
    Label }o--o{ WorkspaceTeamLabelFilter : labeled
    Workspace }o--o{ WorkspaceTeamRepositorySetting : has
    Team }o--o{ WorkspaceTeamRepositorySetting : has
    Repository }o--o{ WorkspaceTeamRepositorySetting : has
    Workspace }o--o{ WorkspaceTeamSetting : has
    Team }o--o{ WorkspaceTeamSetting : has

    %% Styling
    classDef primaryEntity fill:#e1f5fe,stroke:#01579b,stroke-width:2px
    classDef associationEntity fill:#f3e5f5,stroke:#4a148c,stroke-width:2px
    classDef metadataEntity fill:#e8f5e8,stroke:#1b5e20,stroke-width:2px

    class Issue primaryEntity
    class IssueAssignee associationEntity
    class IssueLabel associationEntity
    class Label primaryEntity
    class Milestone primaryEntity
    class PullRequestRequestedReviewer associationEntity
    class Repository primaryEntity
    class RepositoryToMonitor metadataEntity
    class Team primaryEntity
    class User primaryEntity
    class Workspace primaryEntity
